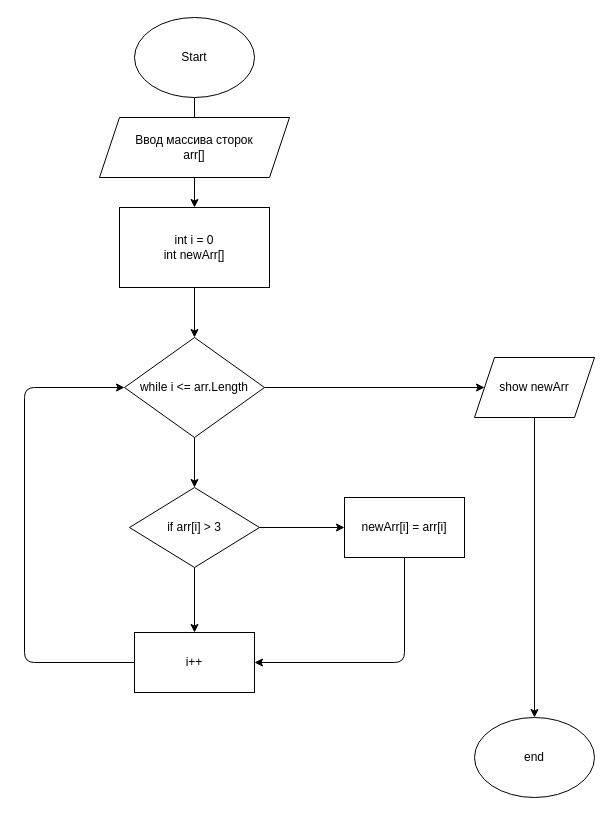
Before: .drawio in Login444/Exam, a draw.io diagram. Source tidied: cells renumbered, new cells numbered last; positions are measured from the earlier drawing's top-left corner, leaving out a move shared by most shapes. Both pictures are drawn from the tidied source at 100%, with x=0, y=0 at pixel (24, 17).
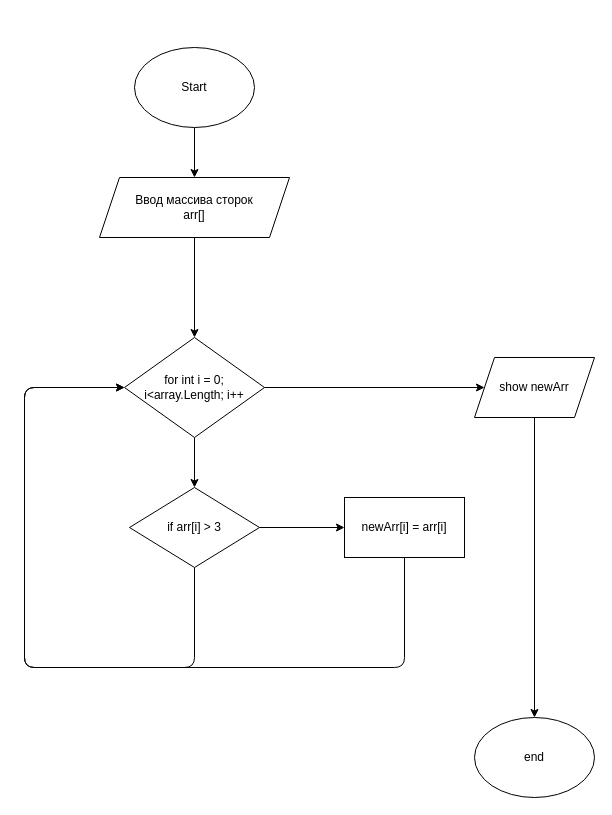
The same diagram, later.

Commit message (it also covers changes not shown here):
задача выполнена, заливаю на GitHub

Unchanged cells that the change refers to:
```xml
<mxCell id="12" value="newArr[i] = arr[i]" style="whiteSpace=wrap;html=1;" parent="1" vertex="1">
  <mxGeometry x="320" y="480" width="120" height="60" as="geometry" />
</mxCell>
<mxCell id="15" value="if arr[i] &amp;gt; 3" style="rhombus;whiteSpace=wrap;html=1;" parent="1" vertex="1">
  <mxGeometry x="105" y="470" width="130" height="80" as="geometry" />
</mxCell>
```

Change to the diagram source:
```diff
@@
-    <mxCell id="2" style="edgeStyle=none;html=1;" parent="1" edge="1" source="3">
-      <mxGeometry relative="1" as="geometry">
-        <mxPoint x="170" y="150" as="targetPoint" />
-      </mxGeometry>
+    <mxCell id="2" style="edgeStyle=none;html=1;entryX=0.5;entryY=0;entryDx=0;entryDy=0;" parent="1" edge="1" source="3" target="5">
+      <mxGeometry relative="1" as="geometry" />
     </mxCell>
     <mxCell id="3" value="Start" style="ellipse;whiteSpace=wrap;html=1;" parent="1" vertex="1">
-      <mxGeometry x="110" width="120" height="80" as="geometry" />
+      <mxGeometry x="110" y="30" width="120" height="80" as="geometry" />
     </mxCell>
-    <mxCell id="4" style="edgeStyle=none;html=1;" parent="1" edge="1" source="5" target="19">
+    <mxCell id="4" style="edgeStyle=none;html=1;entryX=0.5;entryY=0;entryDx=0;entryDy=0;" parent="1" edge="1" source="5" target="8">
       <mxGeometry relative="1" as="geometry" />
     </mxCell>
     <mxCell id="5" value="Ввод массива сторок&lt;br&gt;arr[]" style="shape=parallelogram;perimeter=parallelogramPerimeter;whiteSpace=wrap;html=1;fixedSize=1;" parent="1" vertex="1">
-      <mxGeometry x="75" y="100" width="190" height="60" as="geometry" />
+      <mxGeometry x="75" y="160" width="190" height="60" as="geometry" />
     </mxCell>
@@
-    <mxCell id="8" value="while i &amp;lt;= arr.Length" style="rhombus;whiteSpace=wrap;html=1;" parent="1" vertex="1">
+    <mxCell id="8" value="for int i = 0; i&amp;lt;array.Length; i++" style="rhombus;whiteSpace=wrap;html=1;" parent="1" vertex="1">
       <mxGeometry x="100" y="320" width="140" height="100" as="geometry" />
     </mxCell>
-    <mxCell id="9" style="edgeStyle=none;html=1;entryX=0;entryY=0.5;entryDx=0;entryDy=0;" parent="1" edge="1" source="10" target="8">
-      <mxGeometry relative="1" as="geometry">
-        <Array as="points">
-          <mxPoint y="645" />
-          <mxPoint y="370" />
-        </Array>
-      </mxGeometry>
-    </mxCell>
-    <mxCell id="10" value="i++" style="whiteSpace=wrap;html=1;" parent="1" vertex="1">
-      <mxGeometry x="110" y="615" width="120" height="60" as="geometry" />
-    </mxCell>
-    <mxCell id="11" style="edgeStyle=none;html=1;entryX=1;entryY=0.5;entryDx=0;entryDy=0;" parent="1" edge="1" source="12" target="10">
-      <mxGeometry relative="1" as="geometry">
-        <Array as="points">
-          <mxPoint x="380" y="645" />
-        </Array>
-      </mxGeometry>
-    </mxCell>
+    <mxCell id="21" style="edgeStyle=none;html=1;entryX=0;entryY=0.5;entryDx=0;entryDy=0;" parent="1" edge="1" source="12" target="8">
+      <mxGeometry relative="1" as="geometry">
+        <Array as="points">
+          <mxPoint x="380" y="650" />
+          <mxPoint y="650" />
+          <mxPoint y="370" />
+        </Array>
+      </mxGeometry>
+    </mxCell>
@@
-    <mxCell id="13" style="edgeStyle=none;html=1;entryX=0.5;entryY=0;entryDx=0;entryDy=0;" parent="1" edge="1" source="15" target="10">
-      <mxGeometry relative="1" as="geometry" />
-    </mxCell>
@@
+    <mxCell id="22" style="edgeStyle=none;html=1;" parent="1" edge="1" source="15">
+      <mxGeometry relative="1" as="geometry">
+        <mxPoint x="100" y="370" as="targetPoint" />
+        <Array as="points">
+          <mxPoint x="170" y="650" />
+          <mxPoint y="650" />
+          <mxPoint y="370" />
+        </Array>
+      </mxGeometry>
+    </mxCell>
@@
-    <mxCell id="18" style="edgeStyle=none;html=1;" parent="1" edge="1" source="19" target="8">
-      <mxGeometry relative="1" as="geometry" />
-    </mxCell>
-    <mxCell id="19" value="int i = 0&lt;br&gt;int newArr[]" style="rounded=0;whiteSpace=wrap;html=1;" parent="1" vertex="1">
-      <mxGeometry x="95" y="190" width="150" height="80" as="geometry" />
-    </mxCell>
```
